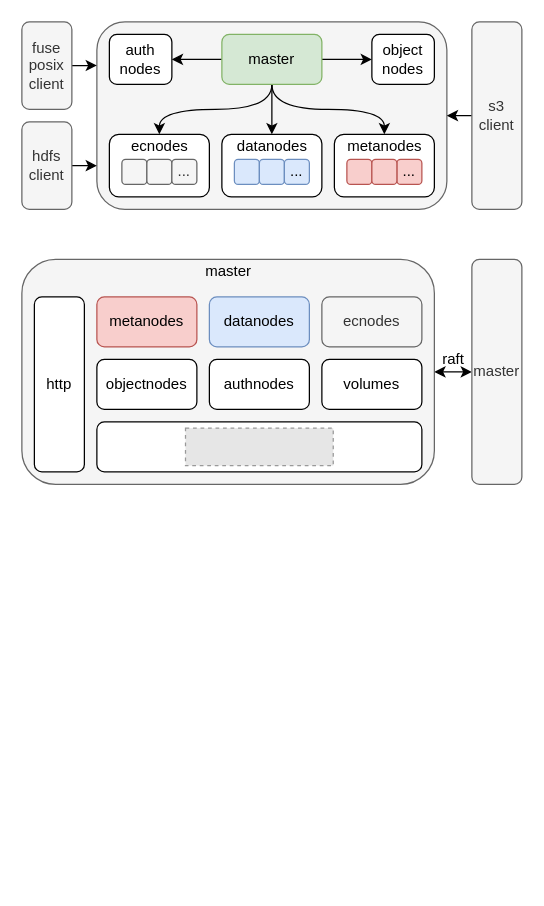
This is cubefs/cubefs.drawio from EarthWind/deeparch, a draw.io file, before an edit. Source tidied: cells renumbered, new cells numbered last; positions are measured from the earlier drawing's top-left corner, leaving out a move shared by most shapes. Both pictures are drawn from the tidied source at 125%, with x=0, y=0 at pixel (21, 21). Pictures stored in the file or linked from it are replaced by grey dashed boxes.
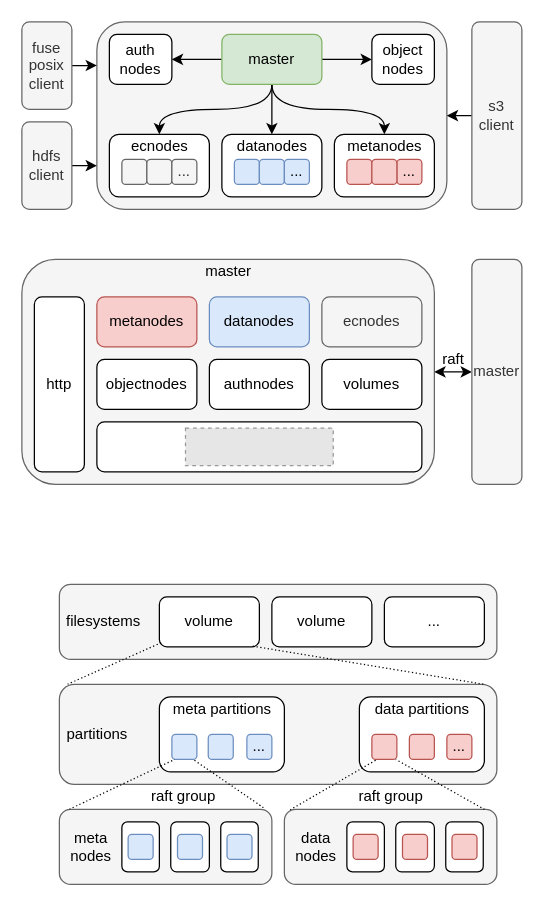
The same page after the edit.

The edit, as a diff of the source:
```diff
@@
+    <mxCell id="46" style="rounded=1;whiteSpace=wrap;html=1;fillColor=#f5f5f5;fontColor=#333333;strokeColor=#666666;" parent="1" vertex="1">
+      <mxGeometry x="30" y="530" width="350" height="80" as="geometry" />
+    </mxCell>
+    <mxCell id="47" style="rounded=1;whiteSpace=wrap;html=1;fillColor=#f5f5f5;fontColor=#333333;strokeColor=#666666;" parent="1" vertex="1">
+      <mxGeometry x="30" y="450" width="350" height="60" as="geometry" />
+    </mxCell>
@@
+    <mxCell id="48" value="volume" style="rounded=1;whiteSpace=wrap;html=1;" parent="1" vertex="1">
+      <mxGeometry x="110" y="460" width="80" height="40" as="geometry" />
+    </mxCell>
+    <mxCell id="49" value="volume" style="rounded=1;whiteSpace=wrap;html=1;" parent="1" vertex="1">
+      <mxGeometry x="200" y="460" width="80" height="40" as="geometry" />
+    </mxCell>
+    <mxCell id="50" value="..." style="rounded=1;whiteSpace=wrap;html=1;" parent="1" vertex="1">
+      <mxGeometry x="290" y="460" width="80" height="40" as="geometry" />
+    </mxCell>
+    <mxCell id="51" value="filesystems" style="text;html=1;align=center;verticalAlign=middle;strokeColor=none;fillColor=none;" parent="1" vertex="1">
+      <mxGeometry x="30" y="470" width="70" height="20" as="geometry" />
+    </mxCell>
+    <mxCell id="52" style="rounded=1;whiteSpace=wrap;html=1;" parent="1" vertex="1">
+      <mxGeometry x="110" y="540" width="100" height="60" as="geometry" />
+    </mxCell>
+    <mxCell id="53" style="rounded=1;whiteSpace=wrap;html=1;" parent="1" vertex="1">
+      <mxGeometry x="270" y="540" width="100" height="60" as="geometry" />
+    </mxCell>
+    <mxCell id="54" value="meta partitions" style="text;html=1;align=center;verticalAlign=middle;strokeColor=none;fillColor=none;" parent="1" vertex="1">
+      <mxGeometry x="115" y="540" width="90" height="20" as="geometry" />
+    </mxCell>
+    <mxCell id="55" value="data partitions" style="text;html=1;align=center;verticalAlign=middle;strokeColor=none;fillColor=none;" parent="1" vertex="1">
+      <mxGeometry x="275" y="540" width="90" height="20" as="geometry" />
+    </mxCell>
+    <mxCell id="56" style="rounded=1;whiteSpace=wrap;html=1;fillColor=#dae8fc;strokeColor=#6c8ebf;" parent="1" vertex="1">
+      <mxGeometry x="120" y="570" width="20" height="20" as="geometry" />
+    </mxCell>
+    <mxCell id="57" value="..." style="rounded=1;whiteSpace=wrap;html=1;fillColor=#dae8fc;strokeColor=#6c8ebf;" parent="1" vertex="1">
+      <mxGeometry x="180" y="570" width="20" height="20" as="geometry" />
+    </mxCell>
+    <mxCell id="58" style="rounded=1;whiteSpace=wrap;html=1;fillColor=#dae8fc;strokeColor=#6c8ebf;" parent="1" vertex="1">
+      <mxGeometry x="149.1" y="570" width="20" height="20" as="geometry" />
+    </mxCell>
+    <mxCell id="59" style="rounded=1;whiteSpace=wrap;html=1;fillColor=#f8cecc;strokeColor=#b85450;" parent="1" vertex="1">
+      <mxGeometry x="280" y="570" width="20" height="20" as="geometry" />
+    </mxCell>
+    <mxCell id="60" style="rounded=1;whiteSpace=wrap;html=1;fillColor=#f8cecc;strokeColor=#b85450;" parent="1" vertex="1">
+      <mxGeometry x="310" y="570" width="20" height="20" as="geometry" />
+    </mxCell>
+    <mxCell id="61" value="..." style="rounded=1;whiteSpace=wrap;html=1;fillColor=#f8cecc;strokeColor=#b85450;" parent="1" vertex="1">
+      <mxGeometry x="340" y="570" width="20" height="20" as="geometry" />
+    </mxCell>
+    <mxCell id="62" value="partitions" style="text;html=1;align=center;verticalAlign=middle;strokeColor=none;fillColor=none;" parent="1" vertex="1">
+      <mxGeometry x="30" y="560" width="60" height="20" as="geometry" />
+    </mxCell>
+    <mxCell id="63" style="endArrow=none;dashed=1;html=1;dashPattern=1 2;strokeWidth=1;rounded=0;curved=1;exitX=0.019;exitY=-0.002;exitDx=0;exitDy=0;exitPerimeter=0;entryX=0.018;entryY=0.918;entryDx=0;entryDy=0;entryPerimeter=0;" parent="1" edge="1" source="46" target="48">
+      <mxGeometry relative="1" as="geometry" />
+    </mxCell>
+    <mxCell id="64" style="endArrow=none;dashed=1;html=1;dashPattern=1 2;strokeWidth=1;rounded=0;curved=1;exitX=0.969;exitY=-0.002;exitDx=0;exitDy=0;exitPerimeter=0;entryX=0.914;entryY=0.979;entryDx=0;entryDy=0;entryPerimeter=0;" parent="1" edge="1" source="46" target="48">
+      <mxGeometry relative="1" as="geometry" />
+    </mxCell>
+    <mxCell id="65" style="rounded=1;whiteSpace=wrap;html=1;fillColor=#f5f5f5;fontColor=#333333;strokeColor=#666666;" parent="1" vertex="1">
+      <mxGeometry x="30" y="630" width="170" height="60" as="geometry" />
+    </mxCell>
+    <mxCell id="66" style="rounded=1;whiteSpace=wrap;html=1;" parent="1" vertex="1">
+      <mxGeometry x="80" y="640" width="30" height="40" as="geometry" />
+    </mxCell>
+    <mxCell id="67" style="rounded=1;whiteSpace=wrap;html=1;fillColor=#dae8fc;strokeColor=#6c8ebf;" parent="1" vertex="1">
+      <mxGeometry x="85" y="650" width="20" height="20" as="geometry" />
+    </mxCell>
+    <mxCell id="68" value="meta&lt;br&gt;nodes" style="text;html=1;align=center;verticalAlign=middle;strokeColor=none;fillColor=none;" parent="1" vertex="1">
+      <mxGeometry x="30" y="645" width="50" height="30" as="geometry" />
+    </mxCell>
+    <mxCell id="69" style="rounded=1;whiteSpace=wrap;html=1;" parent="1" vertex="1">
+      <mxGeometry x="119.1" y="640" width="30.9" height="40" as="geometry" />
+    </mxCell>
+    <mxCell id="70" style="rounded=1;whiteSpace=wrap;html=1;fillColor=#dae8fc;strokeColor=#6c8ebf;" parent="1" vertex="1">
+      <mxGeometry x="124.5" y="650" width="20" height="20" as="geometry" />
+    </mxCell>
+    <mxCell id="71" style="rounded=1;whiteSpace=wrap;html=1;" parent="1" vertex="1">
+      <mxGeometry x="159.1" y="640" width="30" height="40" as="geometry" />
+    </mxCell>
+    <mxCell id="72" style="rounded=1;whiteSpace=wrap;html=1;fillColor=#dae8fc;strokeColor=#6c8ebf;" parent="1" vertex="1">
+      <mxGeometry x="164.1" y="650" width="20" height="20" as="geometry" />
+    </mxCell>
+    <mxCell id="73" style="endArrow=none;dashed=1;html=1;dashPattern=1 2;strokeWidth=1;rounded=0;curved=1;exitX=0.048;exitY=-0.003;exitDx=0;exitDy=0;exitPerimeter=0;entryX=0.018;entryY=0.918;entryDx=0;entryDy=0;entryPerimeter=0;" parent="1" edge="1" source="65">
+      <mxGeometry relative="1" as="geometry">
+        <mxPoint x="122.4" y="590" as="targetPoint" />
+      </mxGeometry>
+    </mxCell>
+    <mxCell id="74" style="endArrow=none;dashed=1;html=1;dashPattern=1 2;strokeWidth=1;rounded=0;curved=1;exitX=0.96;exitY=-0.023;exitDx=0;exitDy=0;exitPerimeter=0;entryX=0.914;entryY=0.979;entryDx=0;entryDy=0;entryPerimeter=0;" parent="1" edge="1" source="65">
+      <mxGeometry relative="1" as="geometry">
+        <mxPoint x="137" y="590" as="targetPoint" />
+      </mxGeometry>
+    </mxCell>
+    <mxCell id="75" style="rounded=1;whiteSpace=wrap;html=1;fillColor=#f5f5f5;fontColor=#333333;strokeColor=#666666;" parent="1" vertex="1">
+      <mxGeometry x="210" y="630" width="170" height="60" as="geometry" />
+    </mxCell>
+    <mxCell id="76" style="rounded=1;whiteSpace=wrap;html=1;" parent="1" vertex="1">
+      <mxGeometry x="260" y="640" width="30" height="40" as="geometry" />
+    </mxCell>
+    <mxCell id="77" style="rounded=1;whiteSpace=wrap;html=1;fillColor=#f8cecc;strokeColor=#b85450;" parent="1" vertex="1">
+      <mxGeometry x="265" y="650" width="20" height="20" as="geometry" />
+    </mxCell>
+    <mxCell id="78" value="data&lt;br&gt;nodes" style="text;html=1;align=center;verticalAlign=middle;strokeColor=none;fillColor=none;" parent="1" vertex="1">
+      <mxGeometry x="210" y="645" width="50" height="30" as="geometry" />
+    </mxCell>
+    <mxCell id="79" style="rounded=1;whiteSpace=wrap;html=1;" parent="1" vertex="1">
+      <mxGeometry x="299.1" y="640" width="30.9" height="40" as="geometry" />
+    </mxCell>
+    <mxCell id="80" style="rounded=1;whiteSpace=wrap;html=1;fillColor=#f8cecc;strokeColor=#b85450;" parent="1" vertex="1">
+      <mxGeometry x="304.5" y="650" width="20" height="20" as="geometry" />
+    </mxCell>
+    <mxCell id="81" style="rounded=1;whiteSpace=wrap;html=1;" parent="1" vertex="1">
+      <mxGeometry x="339.1" y="640" width="30" height="40" as="geometry" />
+    </mxCell>
+    <mxCell id="82" style="rounded=1;whiteSpace=wrap;html=1;fillColor=#f8cecc;strokeColor=#b85450;" parent="1" vertex="1">
+      <mxGeometry x="344.1" y="650" width="20" height="20" as="geometry" />
+    </mxCell>
+    <mxCell id="83" style="endArrow=none;dashed=1;html=1;dashPattern=1 2;strokeWidth=1;rounded=0;curved=1;exitX=0.028;exitY=0.005;exitDx=0;exitDy=0;exitPerimeter=0;entryX=0.018;entryY=0.918;entryDx=0;entryDy=0;entryPerimeter=0;" parent="1" edge="1" source="75">
+      <mxGeometry relative="1" as="geometry">
+        <mxPoint x="284.2" y="590" as="targetPoint" />
+      </mxGeometry>
+    </mxCell>
+    <mxCell id="84" style="endArrow=none;dashed=1;html=1;dashPattern=1 2;strokeWidth=1;rounded=0;curved=1;exitX=0.941;exitY=0;exitDx=0;exitDy=0;exitPerimeter=0;entryX=0.914;entryY=0.979;entryDx=0;entryDy=0;entryPerimeter=0;" parent="1" edge="1" source="75">
+      <mxGeometry relative="1" as="geometry">
+        <mxPoint x="299.1" y="590" as="targetPoint" />
+      </mxGeometry>
+    </mxCell>
+    <mxCell id="85" value="raft group" style="text;html=1;align=center;verticalAlign=middle;strokeColor=none;fillColor=none;" parent="1" vertex="1">
+      <mxGeometry x="94.1" y="610" width="70" height="20" as="geometry" />
+    </mxCell>
+    <mxCell id="86" value="raft group" style="text;html=1;align=center;verticalAlign=middle;strokeColor=none;fillColor=none;" parent="1" vertex="1">
+      <mxGeometry x="260" y="610" width="70" height="20" as="geometry" />
+    </mxCell>
```
